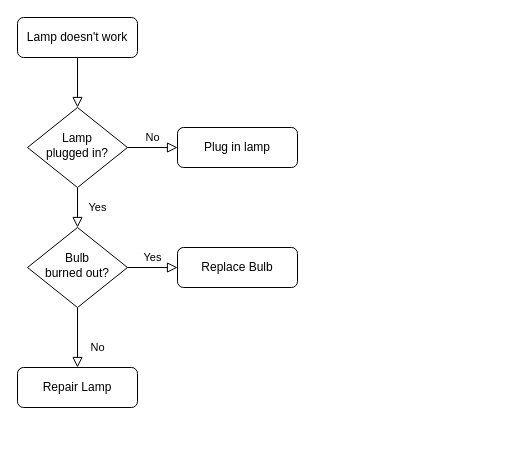
Before: Charts/flowchart.drawio in AlexanderSelfors/D0018E, a draw.io diagram. Source tidied: cells renumbered, new cells numbered last; positions are measured from the earlier drawing's top-left corner, leaving out a move shared by most shapes. Both pictures are drawn from the tidied source at 100%, with x=0, y=0 at pixel (17, 17).
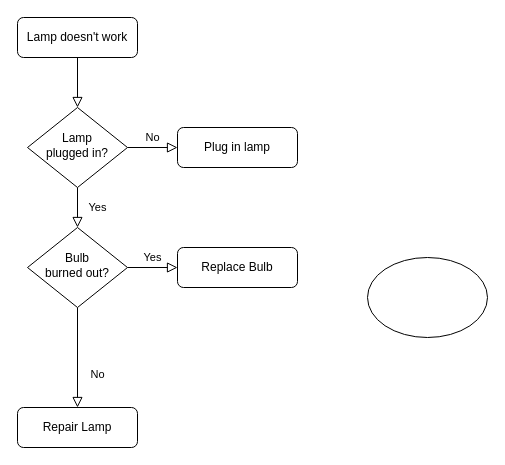
The same diagram, later.

The edit, as a diff of the source:
```diff
@@
 <mxGraphModel>
   <root>
     <mxCell id="0" />
     <mxCell id="1" parent="0" />
     <mxCell id="2" style="rounded=0;html=1;jettySize=auto;fontSize=11;endArrow=block;endFill=0;endSize=8;strokeWidth=1;shadow=0;labelBackgroundColor=none;edgeStyle=orthogonalEdgeStyle;" parent="1" edge="1" source="3" target="6">
       <mxGeometry relative="1" as="geometry" />
     </mxCell>
     <mxCell id="3" value="Lamp doesn't work" style="rounded=1;whiteSpace=wrap;html=1;fontSize=12;glass=0;strokeWidth=1;shadow=0;" parent="1" vertex="1">
       <mxGeometry width="120" height="40" as="geometry" />
     </mxCell>
     <mxCell id="4" value="Yes" style="rounded=0;html=1;jettySize=auto;fontSize=11;endArrow=block;endFill=0;endSize=8;strokeWidth=1;shadow=0;labelBackgroundColor=none;edgeStyle=orthogonalEdgeStyle;" parent="1" edge="1" source="6" target="10">
       <mxGeometry y="20" relative="1" as="geometry" />
     </mxCell>
     <mxCell id="5" value="No" style="edgeStyle=orthogonalEdgeStyle;rounded=0;html=1;jettySize=auto;fontSize=11;endArrow=block;endFill=0;endSize=8;strokeWidth=1;shadow=0;labelBackgroundColor=none;" parent="1" edge="1" source="6" target="7">
       <mxGeometry y="10" relative="1" as="geometry" />
     </mxCell>
     <mxCell id="6" value="Lamp&lt;br&gt;plugged in?" style="rhombus;whiteSpace=wrap;html=1;shadow=0;fontFamily=Helvetica;fontSize=12;align=center;strokeWidth=1;spacing=6;spacingTop=-4;" parent="1" vertex="1">
       <mxGeometry x="10" y="90" width="100" height="80" as="geometry" />
     </mxCell>
     <mxCell id="7" value="Plug in lamp" style="rounded=1;whiteSpace=wrap;html=1;fontSize=12;glass=0;strokeWidth=1;shadow=0;" parent="1" vertex="1">
       <mxGeometry x="160" y="110" width="120" height="40" as="geometry" />
     </mxCell>
     <mxCell id="8" value="No" style="rounded=0;html=1;jettySize=auto;fontSize=11;endArrow=block;endFill=0;endSize=8;strokeWidth=1;shadow=0;labelBackgroundColor=none;edgeStyle=orthogonalEdgeStyle;" parent="1" edge="1" source="10" target="11">
       <mxGeometry x="0.33" y="20" relative="1" as="geometry" />
     </mxCell>
     <mxCell id="9" value="Yes" style="edgeStyle=orthogonalEdgeStyle;rounded=0;html=1;jettySize=auto;fontSize=11;endArrow=block;endFill=0;endSize=8;strokeWidth=1;shadow=0;labelBackgroundColor=none;" parent="1" edge="1" source="10" target="12">
       <mxGeometry y="10" relative="1" as="geometry" />
     </mxCell>
     <mxCell id="10" value="Bulb&lt;br&gt;burned out?" style="rhombus;whiteSpace=wrap;html=1;shadow=0;fontFamily=Helvetica;fontSize=12;align=center;strokeWidth=1;spacing=6;spacingTop=-4;" parent="1" vertex="1">
       <mxGeometry x="10" y="210" width="100" height="80" as="geometry" />
     </mxCell>
     <mxCell id="11" value="Repair Lamp" style="rounded=1;whiteSpace=wrap;html=1;fontSize=12;glass=0;strokeWidth=1;shadow=0;" parent="1" vertex="1">
-      <mxGeometry y="350" width="120" height="40" as="geometry" />
+      <mxGeometry y="390" width="120" height="40" as="geometry" />
     </mxCell>
     <mxCell id="12" value="Replace Bulb" style="rounded=1;whiteSpace=wrap;html=1;fontSize=12;glass=0;strokeWidth=1;shadow=0;" parent="1" vertex="1">
       <mxGeometry x="160" y="230" width="120" height="40" as="geometry" />
     </mxCell>
+    <mxCell id="13" style="ellipse;whiteSpace=wrap;html=1;" parent="1" vertex="1">
+      <mxGeometry x="350" y="240" width="120" height="80" as="geometry" />
+    </mxCell>
   </root>
 </mxGraphModel>
```
